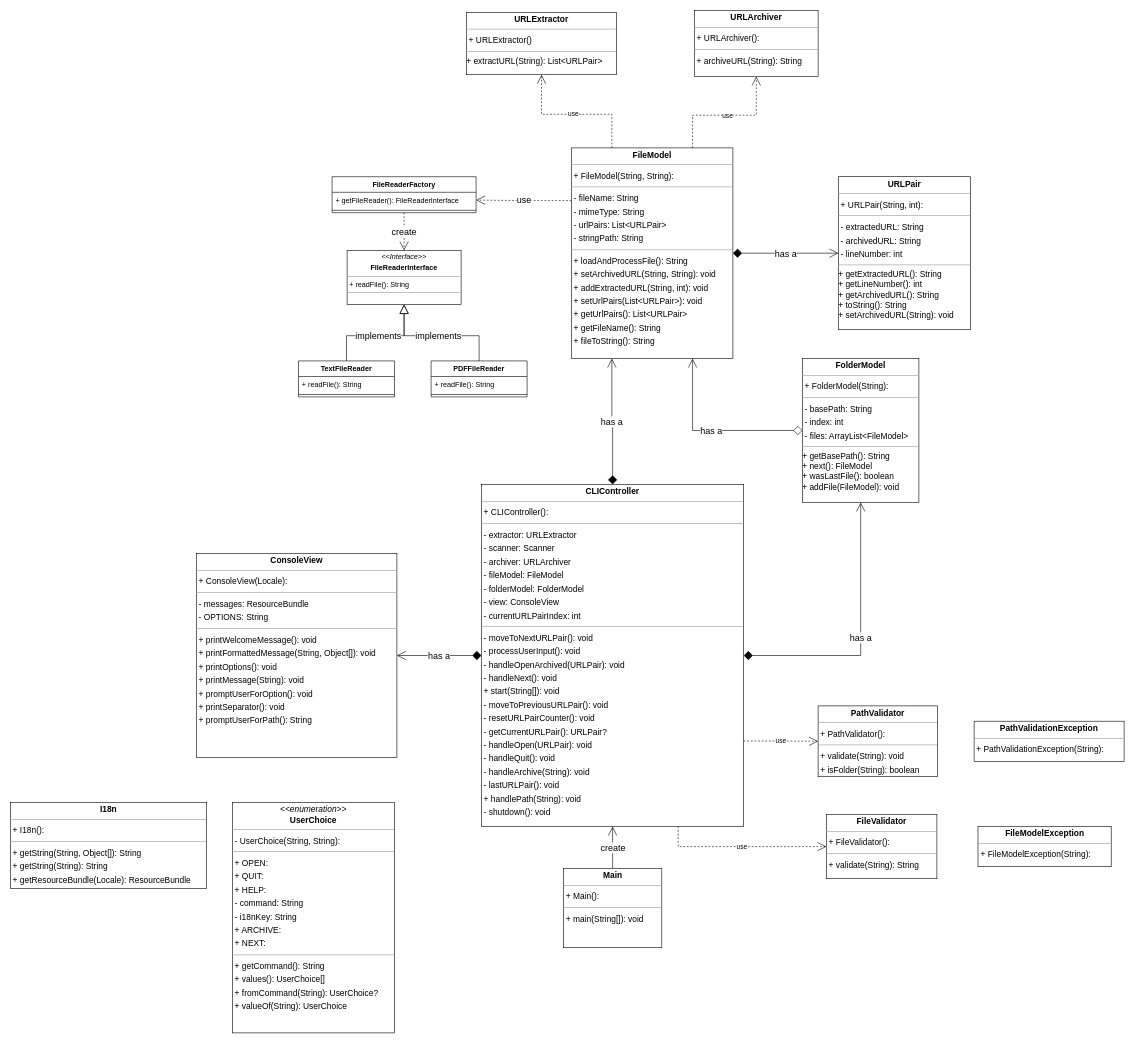
Above: page "Full_Detail" (1 of 4) of report/diagrams/URL_Archiver_Class_Diagram.drawio in devobern/URL-Archiver (draw.io), before the change. Source tidied: cells renumbered, new cells numbered last; positions are measured from the earlier drawing's top-left corner, leaving out a move shared by most shapes. Both pictures are drawn from the tidied source at 60%, with x=0, y=0 at pixel (10, 10).
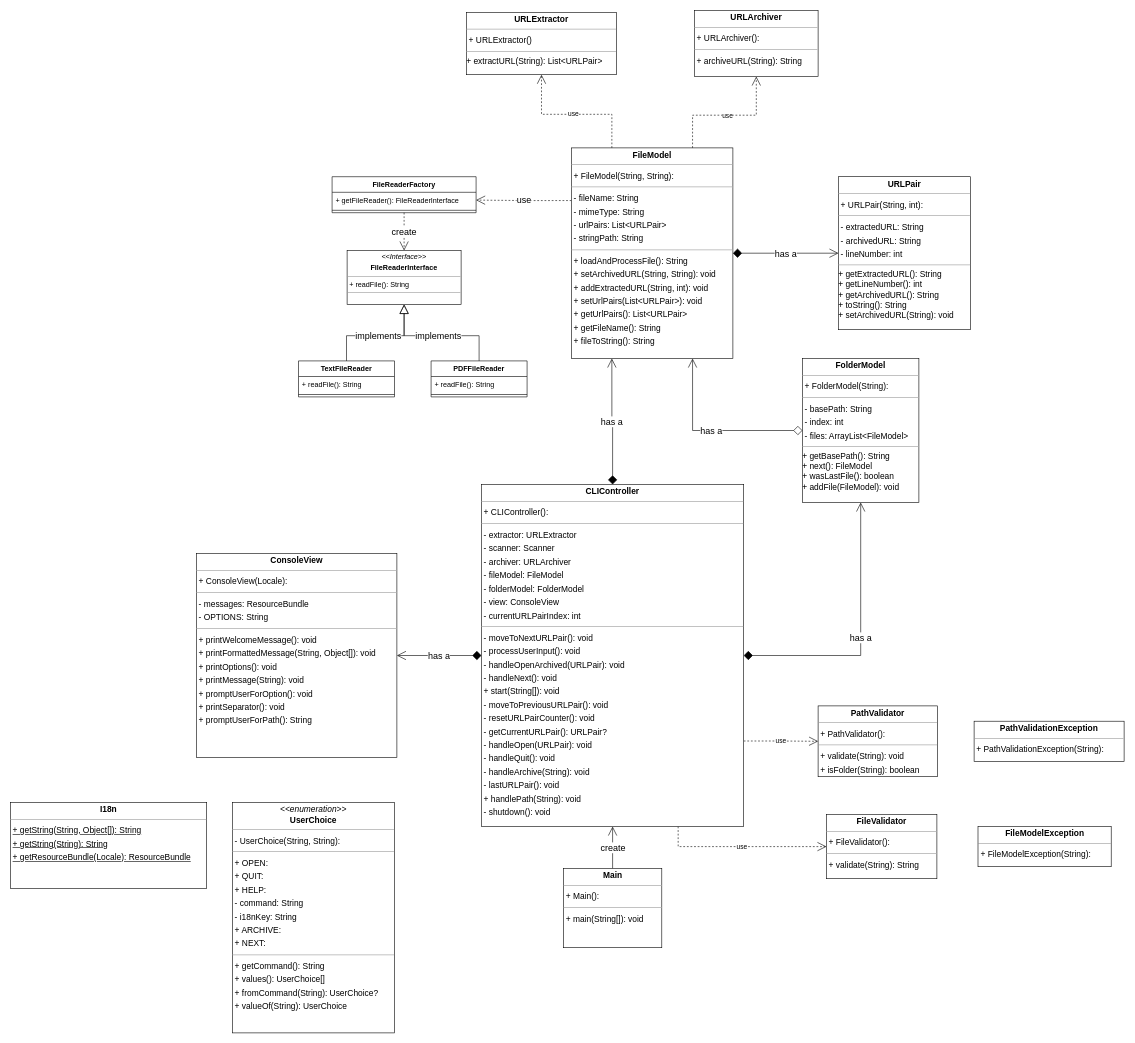
The same page after the edit.

What changed in the source:
```diff
@@
-    <mxCell id="34" value="&lt;p style=&quot;margin:0px;margin-top:4px;text-align:center;&quot;&gt;&lt;b&gt;I18n&lt;/b&gt;&lt;/p&gt;&lt;hr size=&quot;1&quot;/&gt;&lt;p style=&quot;margin:0 0 0 4px;line-height:1.6;&quot;&gt;+ I18n(): &lt;/p&gt;&lt;hr size=&quot;1&quot;/&gt;&lt;p style=&quot;margin:0 0 0 4px;line-height:1.6;&quot;&gt;+ getString(String, Object[]): String&lt;br/&gt;+ getString(String): String&lt;br/&gt;+ getResourceBundle(Locale): ResourceBundle&lt;/p&gt;" style="verticalAlign=top;align=left;overflow=fill;fontSize=14;fontFamily=Helvetica;html=1;rounded=0;shadow=0;comic=0;labelBackgroundColor=none;strokeWidth=1;" parent="1" vertex="1">
+    <mxCell id="34" value="&lt;p style=&quot;margin:0px;margin-top:4px;text-align:center;&quot;&gt;&lt;b&gt;I18n&lt;/b&gt;&lt;/p&gt;&lt;hr size=&quot;1&quot;&gt;&lt;p style=&quot;margin:0 0 0 4px;line-height:1.6;&quot;&gt;&lt;u&gt;+ getString(String, Object[]): String&lt;br&gt;+ getString(String): String&lt;br&gt;+ getResourceBundle(Locale): ResourceBundle&lt;/u&gt;&lt;/p&gt;" style="verticalAlign=top;align=left;overflow=fill;fontSize=14;fontFamily=Helvetica;html=1;rounded=0;shadow=0;comic=0;labelBackgroundColor=none;strokeWidth=1;" parent="1" vertex="1">
       <mxGeometry y="1320" width="327" height="143" as="geometry" />
     </mxCell>
```
